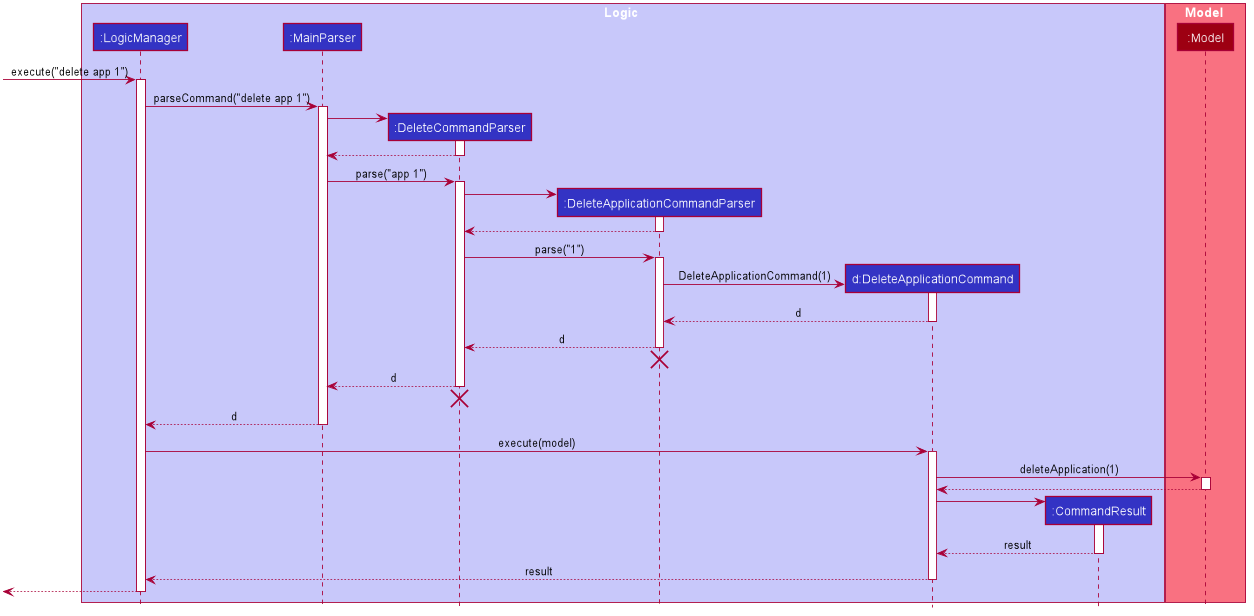
The PlantUML diagram docs/images/DeleteSequenceDiagram.png in shawn-nyk/tp, before a commit.
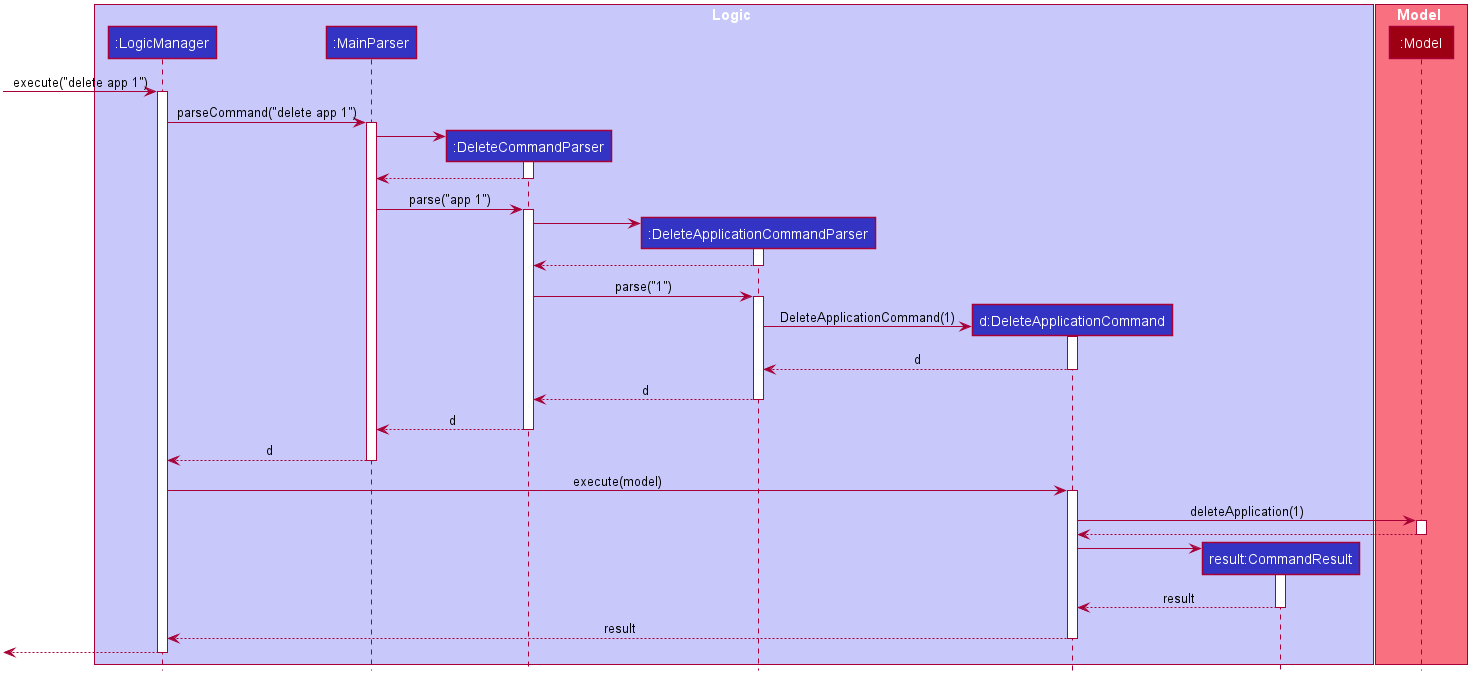
After the commit.

The edit, as a diff of the source:
```diff
@@ -54,7 +54,7 @@
 participant ":DeleteCommandParser" as DeleteCommandParser #3333C4
 participant ":DeleteApplicationCommandParser" as DeleteApplicationCommandParser #3333C4
 participant "d:DeleteApplicationCommand" as DeleteApplicationCommand #3333C4
-participant ":CommandResult" as CommandResult #3333C4
+participant "result:CommandResult" as CommandResult #3333C4
 end box
 
 box Model #F97181
@@ -96,13 +96,9 @@
 
 DeleteApplicationCommandParser --> DeleteCommandParser : d
 deactivate DeleteApplicationCommandParser
-DeleteApplicationCommandParser -[hidden]-> DeleteCommandParser
-destroy DeleteApplicationCommandParser
 
 DeleteCommandParser --> MainParser : d
 deactivate DeleteCommandParser
-DeleteCommandParser -[hidden]-> MainParser
-destroy DeleteCommandParser
 
 MainParser --> LogicManager : d
 deactivate MainParser
```
